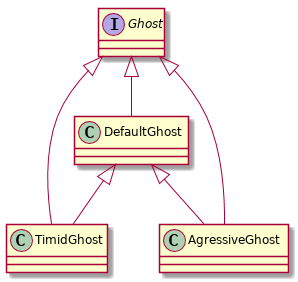
Earlier version of the PlantUML export session1/cours/img/ghost-poo-interface-and-base-classe-2.png (frederic1979/git_session2).
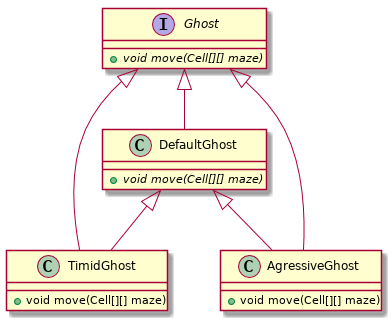
The same file after the commit.

What changed in the source:
```diff
@@ -1,8 +1,16 @@
 @startuml
-class TimidGhost
-class AgressiveGhost
-interface Ghost
-class DefaultGhost
+class TimidGhost{
++ void move(Cell[][] maze)
+}
+class AgressiveGhost{
++ void move(Cell[][] maze)
+}
+interface Ghost{
++ {abstract} void move(Cell[][] maze)
+}
+class DefaultGhost{
++ {abstract} void move(Cell[][] maze)
+}
 
 Ghost <|-- DefaultGhost
 DefaultGhost <|-- AgressiveGhost
```
